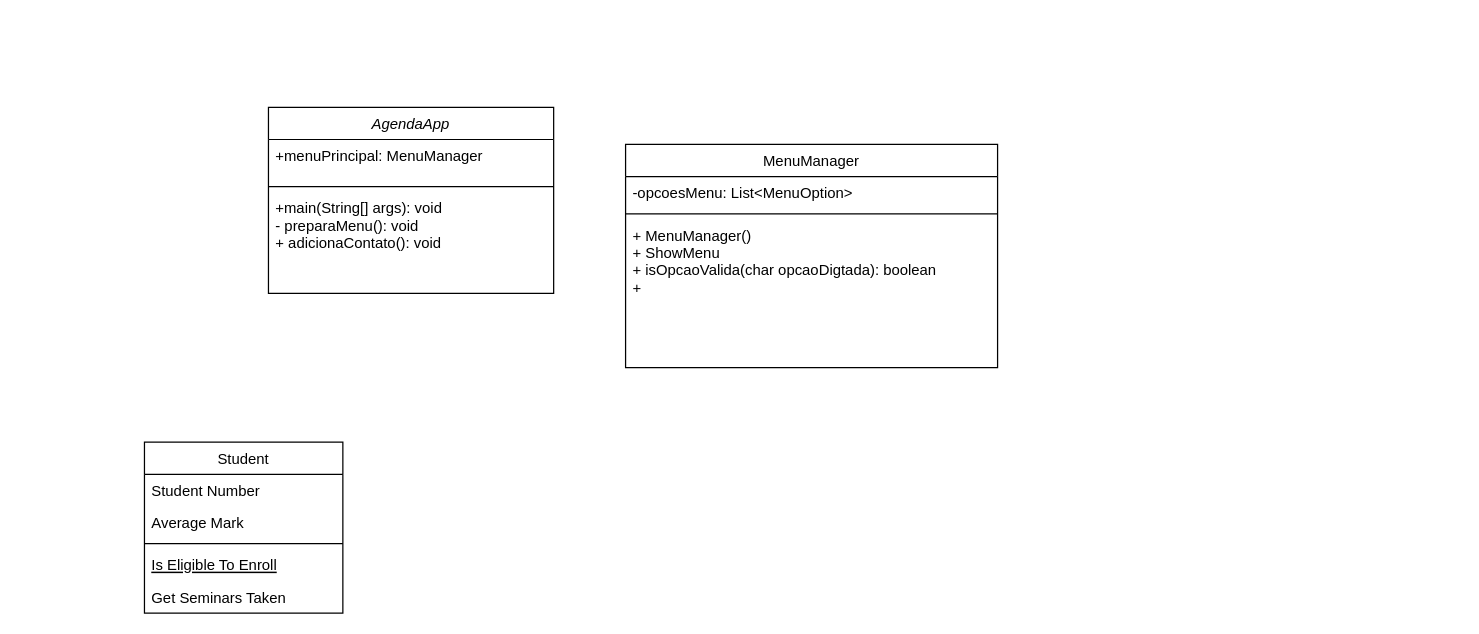
Before: Diagrama sem nome.drawio in larissafernandesribas/POO-AgendaApp, a draw.io diagram. Source tidied: cells renumbered, new cells numbered last; positions are measured from the earlier drawing's top-left corner, leaving out a move shared by most shapes. Both pictures are drawn from the tidied source at 124%, with x=0, y=0 at pixel (144, 107).
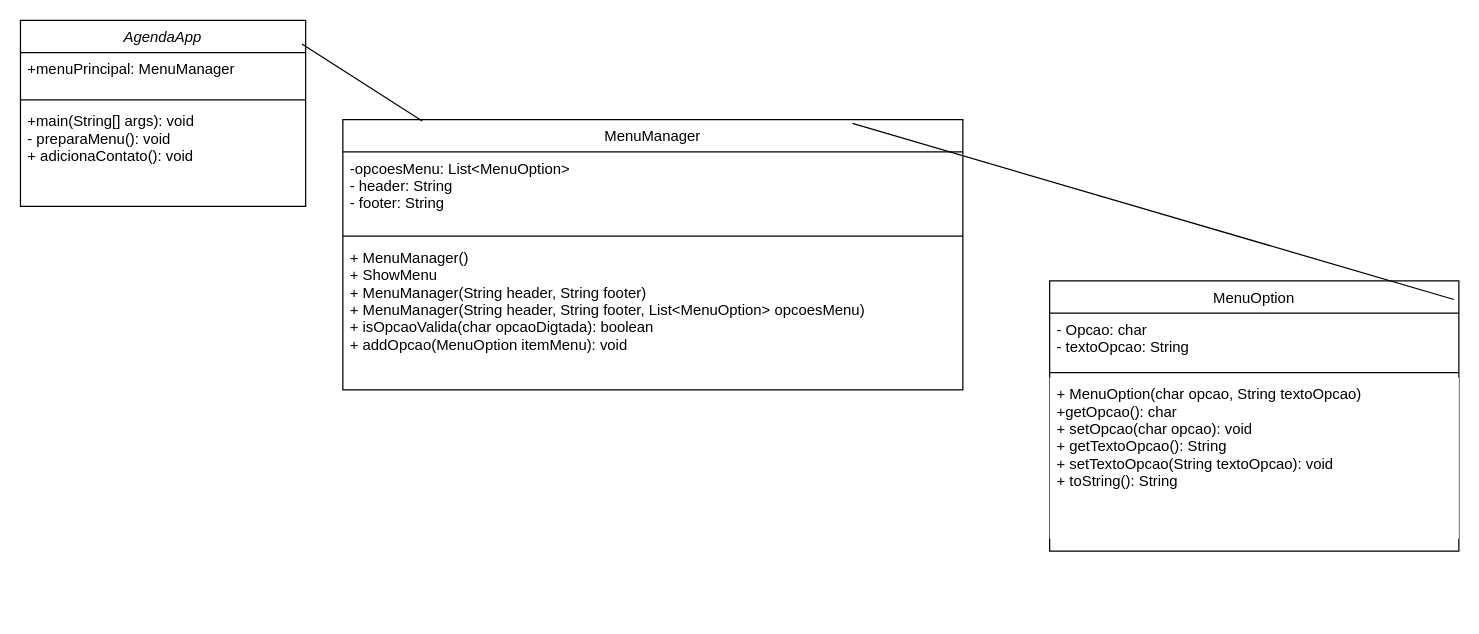
After the change.

What changed in the source:
```diff
@@
 <mxGraphModel>
   <root>
     <mxCell id="0" />
     <mxCell id="1" parent="0" />
     <mxCell id="2" value="AgendaApp" style="swimlane;fontStyle=2;align=center;verticalAlign=top;horizontal=1;startSize=26;rounded=0;shadow=0;strokeWidth=1;" parent="1" vertex="1">
-      <mxGeometry x="100" width="230" height="150" as="geometry" />
+      <mxGeometry x="-100" y="-70" width="230" height="150" as="geometry" />
     </mxCell>
     <mxCell id="3" value="+menuPrincipal: MenuManager&#10;&#10;" style="text;align=left;verticalAlign=top;spacingLeft=4;spacingRight=4;overflow=hidden;fillColor=none;" parent="2" vertex="1">
       <mxGeometry y="26" width="230" height="34" as="geometry" />
     </mxCell>
     <mxCell id="4" style="line;html=1;strokeWidth=1;align=left;verticalAlign=middle;spacingTop=-1;spacingLeft=3;spacingRight=3;labelPosition=right;" parent="2" vertex="1">
       <mxGeometry y="60" width="230" height="8" as="geometry" />
     </mxCell>
     <mxCell id="5" value="+main(String[] args): void&#10;- preparaMenu(): void&#10;+ adicionaContato(): void&#10;" style="text;align=left;verticalAlign=top;spacingLeft=4;spacingRight=4;overflow=hidden;" parent="2" vertex="1">
       <mxGeometry y="68" width="230" height="82" as="geometry" />
     </mxCell>
-    <mxCell id="6" value="Student" style="swimlane;fontStyle=0;align=center;verticalAlign=top;horizontal=1;startSize=26;rounded=0;shadow=0;strokeWidth=1;" parent="1" vertex="1">
-      <mxGeometry y="270" width="160" height="138" as="geometry" />
+    <mxCell id="6" value="MenuOption" style="swimlane;fontStyle=0;align=center;verticalAlign=top;horizontal=1;startSize=26;rounded=0;shadow=0;strokeWidth=1;" parent="1" vertex="1">
+      <mxGeometry x="730" y="140" width="330" height="218" as="geometry" />
     </mxCell>
-    <mxCell id="7" value="Student Number" style="text;align=left;verticalAlign=top;spacingLeft=4;spacingRight=4;overflow=hidden;" parent="6" vertex="1">
-      <mxGeometry y="26" width="160" height="26" as="geometry" />
+    <mxCell id="7" value="- Opcao: char&#10;- textoOpcao: String " style="text;align=left;verticalAlign=top;spacingLeft=4;spacingRight=4;overflow=hidden;" parent="6" vertex="1">
+      <mxGeometry y="26" width="330" height="44" as="geometry" />
     </mxCell>
-    <mxCell id="8" value="Average Mark" style="text;align=left;verticalAlign=top;spacingLeft=4;spacingRight=4;overflow=hidden;rounded=0;shadow=0;html=0;" parent="6" vertex="1">
-      <mxGeometry y="52" width="160" height="26" as="geometry" />
-    </mxCell>
     <mxCell id="9" style="line;html=1;strokeWidth=1;align=left;verticalAlign=middle;spacingTop=-1;spacingLeft=3;spacingRight=3;labelPosition=right;" parent="6" vertex="1">
-      <mxGeometry y="78" width="160" height="8" as="geometry" />
+      <mxGeometry y="70" width="330" height="8" as="geometry" />
     </mxCell>
-    <mxCell id="10" value="Is Eligible To Enroll" style="text;align=left;verticalAlign=top;spacingLeft=4;spacingRight=4;overflow=hidden;fontStyle=4;" parent="6" vertex="1">
-      <mxGeometry y="86" width="160" height="26" as="geometry" />
+    <mxCell id="10" value="+ MenuOption(char opcao, String textoOpcao)&#10;+getOpcao(): char&#10;+ setOpcao(char opcao): void&#10;+ getTextoOpcao(): String&#10;+ setTextoOpcao(String textoOpcao): void&#10;+ toString(): String" style="text;align=left;verticalAlign=top;spacingLeft=4;spacingRight=4;overflow=hidden;fontStyle=0;fillColor=default;" parent="6" vertex="1">
+      <mxGeometry y="78" width="330" height="130" as="geometry" />
     </mxCell>
-    <mxCell id="11" value="Get Seminars Taken" style="text;align=left;verticalAlign=top;spacingLeft=4;spacingRight=4;overflow=hidden;" parent="6" vertex="1">
-      <mxGeometry y="112" width="160" height="26" as="geometry" />
-    </mxCell>
     <mxCell id="12" value="MenuManager" style="swimlane;fontStyle=0;align=center;verticalAlign=top;horizontal=1;startSize=26;rounded=0;shadow=0;strokeWidth=1;" parent="1" vertex="1">
-      <mxGeometry x="388" y="30" width="300" height="180" as="geometry" />
+      <mxGeometry x="160" y="10" width="500" height="218" as="geometry" />
     </mxCell>
-    <mxCell id="13" value="-opcoesMenu: List&lt;MenuOption&gt;" style="text;align=left;verticalAlign=top;spacingLeft=4;spacingRight=4;overflow=hidden;" parent="12" vertex="1">
-      <mxGeometry y="26" width="300" height="26" as="geometry" />
+    <mxCell id="13" value="-opcoesMenu: List&lt;MenuOption&gt;&#10;- header: String&#10;- footer: String&#10;" style="text;align=left;verticalAlign=top;spacingLeft=4;spacingRight=4;overflow=hidden;" parent="12" vertex="1">
+      <mxGeometry y="26" width="500" height="64" as="geometry" />
     </mxCell>
     <mxCell id="14" style="line;html=1;strokeWidth=1;align=left;verticalAlign=middle;spacingTop=-1;spacingLeft=3;spacingRight=3;labelPosition=right;" parent="12" vertex="1">
-      <mxGeometry y="52" width="300" height="8" as="geometry" />
+      <mxGeometry y="90" width="500" height="8" as="geometry" />
     </mxCell>
-    <mxCell id="15" value="+ MenuManager()&#10;+ ShowMenu&#10;+ isOpcaoValida(char opcaoDigtada): boolean&#10;+ &#10; " style="text;align=left;verticalAlign=top;spacingLeft=4;spacingRight=4;overflow=hidden;" parent="12" vertex="1">
-      <mxGeometry y="60" width="300" height="120" as="geometry" />
+    <mxCell id="15" value="+ MenuManager()&#10;+ ShowMenu&#10;+ MenuManager(String header, String footer)&#10;+ MenuManager(String header, String footer, List&lt;MenuOption&gt; opcoesMenu)&#10;+ isOpcaoValida(char opcaoDigtada): boolean&#10;+ addOpcao(MenuOption itemMenu): void&#10;&#10;&#10; " style="text;align=left;verticalAlign=top;spacingLeft=4;spacingRight=4;overflow=hidden;" parent="12" vertex="1">
+      <mxGeometry y="98" width="500" height="120" as="geometry" />
     </mxCell>
+    <mxCell id="16" style="endArrow=none;html=1;rounded=0;entryX=0.128;entryY=0.005;entryDx=0;entryDy=0;entryPerimeter=0;exitX=0.987;exitY=0.127;exitDx=0;exitDy=0;exitPerimeter=0;" parent="1" edge="1" source="2" target="12">
+      <mxGeometry relative="1" as="geometry" />
+    </mxCell>
+    <mxCell id="17" style="endArrow=none;html=1;rounded=0;exitX=0.988;exitY=0.069;exitDx=0;exitDy=0;exitPerimeter=0;entryX=0.822;entryY=0.014;entryDx=0;entryDy=0;entryPerimeter=0;" parent="1" edge="1" source="6" target="12">
+      <mxGeometry relative="1" as="geometry" />
+    </mxCell>
   </root>
 </mxGraphModel>
```
